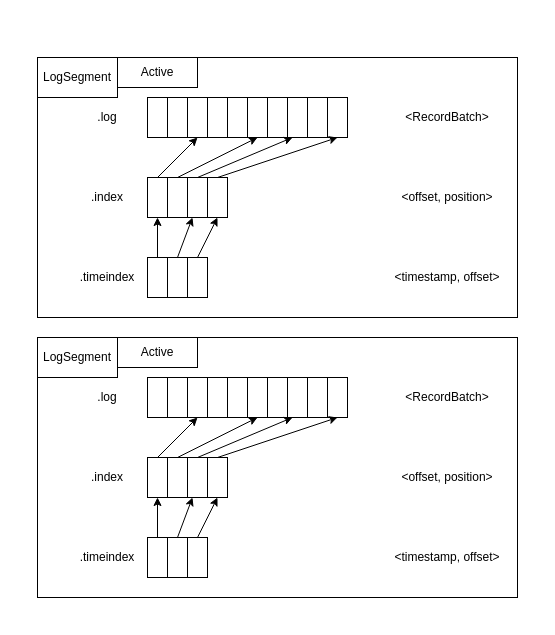
This is kafka_disk.drawio from bulletjet786/drawio, a draw.io file, before an edit. Source tidied: cells renumbered, new cells numbered last; positions are measured from the earlier drawing's top-left corner, leaving out a move shared by most shapes. Both pictures are drawn from the tidied source at 100%, with x=0, y=0 at pixel (37, 57).
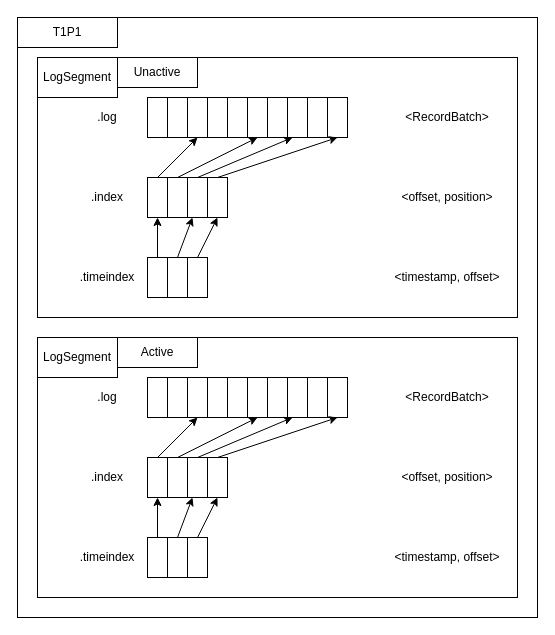
Above is the later version.

Change to the diagram source:
```diff
@@
+    <mxCell id="68" style="rounded=0;whiteSpace=wrap;html=1;" parent="1" vertex="1">
+      <mxGeometry x="-20" y="-40" width="520" height="600" as="geometry" />
+    </mxCell>
@@
-    <mxCell id="67" value="Active" style="rounded=0;whiteSpace=wrap;html=1;" parent="1" vertex="1">
+    <mxCell id="67" value="Unactive" style="rounded=0;whiteSpace=wrap;html=1;" parent="1" vertex="1">
       <mxGeometry x="80" width="80" height="30" as="geometry" />
     </mxCell>
+    <mxCell id="69" value="T1P1" style="rounded=0;whiteSpace=wrap;html=1;" parent="1" vertex="1">
+      <mxGeometry x="-20" y="-40" width="100" height="30" as="geometry" />
+    </mxCell>
```
